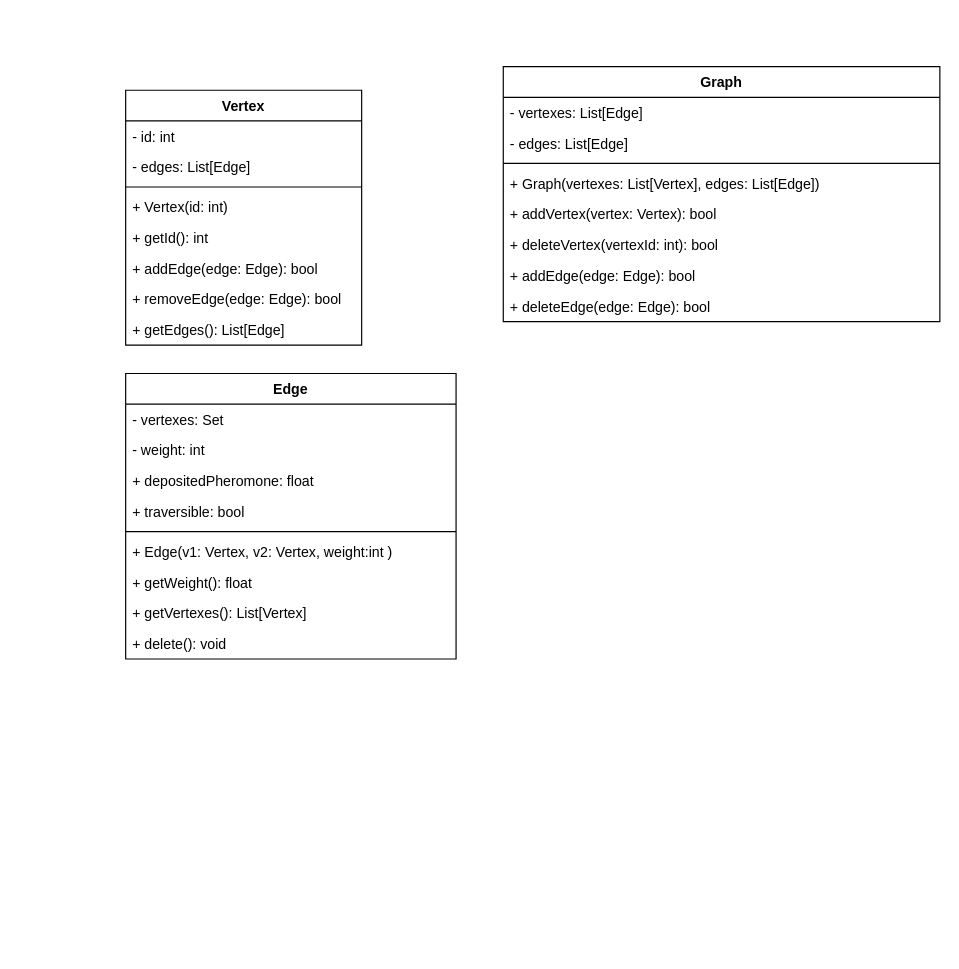
The draw.io diagram Diagrams/ClassDiagram_ACO_ShortestPath.drawio in Michael-Czekanski/ACO_ShortestPath_Documentation, before the edit. Source tidied: cells renumbered, new cells numbered last; positions are measured from the earlier drawing's top-left corner, leaving out a move shared by most shapes. Both pictures are drawn from the tidied source at 118%, with x=0, y=0 at pixel (125, 66).
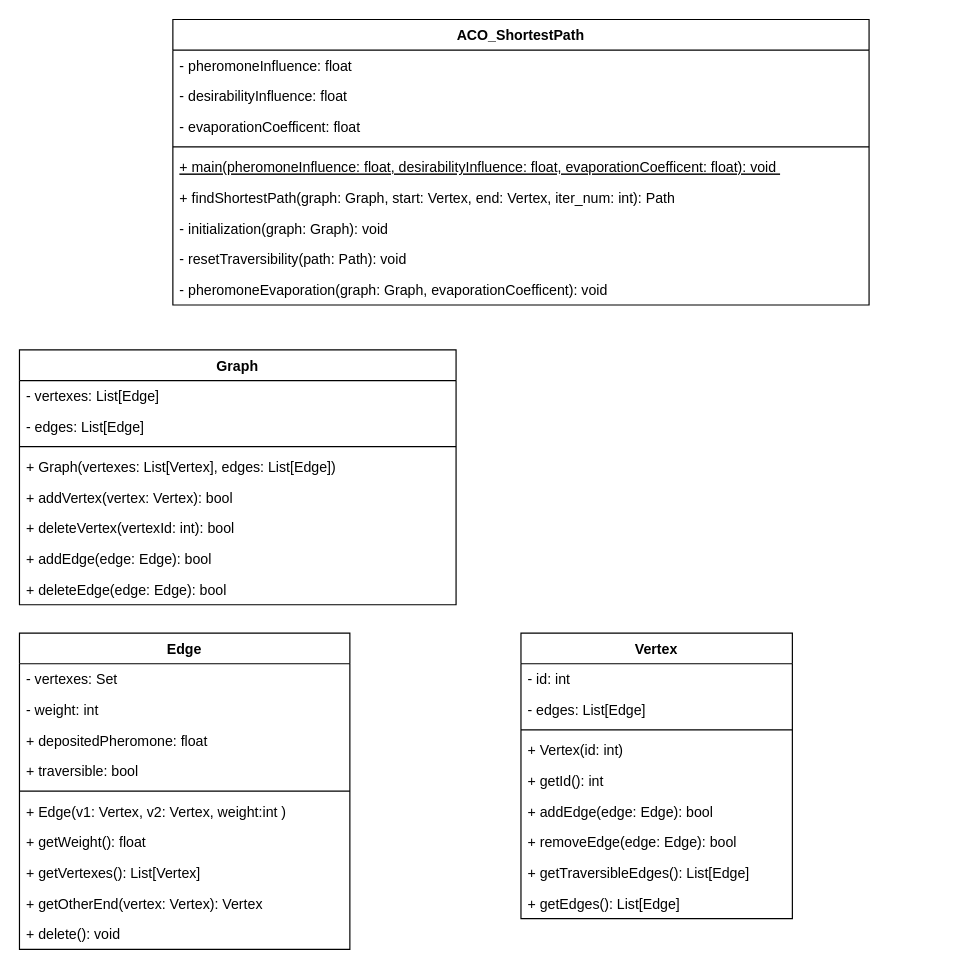
Above is the later version.

Commit message:
Add ACO_ShortestPath to class dgrm, modify existing

Diff of the diagram source:
```diff
@@
+    <mxCell id="30" value="ACO_ShortestPath" style="swimlane;fontStyle=1;align=center;verticalAlign=top;horizontal=1;startSize=26;" parent="1" vertex="1">
+      <mxGeometry x="40" y="-40" width="590" height="242" as="geometry" />
+    </mxCell>
+    <mxCell id="31" value="- pheromoneInfluence: float" style="text;strokeColor=none;fillColor=none;align=left;verticalAlign=top;spacingLeft=4;spacingRight=4;overflow=hidden;" parent="30" vertex="1">
+      <mxGeometry y="26" width="590" height="26" as="geometry" />
+    </mxCell>
+    <mxCell id="32" value="- desirabilityInfluence: float" style="text;strokeColor=none;fillColor=none;align=left;verticalAlign=top;spacingLeft=4;spacingRight=4;overflow=hidden;" parent="30" vertex="1">
+      <mxGeometry y="52" width="590" height="26" as="geometry" />
+    </mxCell>
+    <mxCell id="33" value="- evaporationCoefficent: float" style="text;strokeColor=none;fillColor=none;align=left;verticalAlign=top;spacingLeft=4;spacingRight=4;overflow=hidden;" parent="30" vertex="1">
+      <mxGeometry y="78" width="590" height="26" as="geometry" />
+    </mxCell>
+    <mxCell id="34" style="line;strokeWidth=1;fillColor=none;align=left;verticalAlign=middle;spacingTop=-1;spacingLeft=3;spacingRight=3;labelPosition=right;" parent="30" vertex="1">
+      <mxGeometry y="104" width="590" height="8" as="geometry" />
+    </mxCell>
+    <mxCell id="35" value="+ main(pheromoneInfluence: float, desirabilityInfluence: float, evaporationCoefficent: float): void " style="text;strokeColor=none;fillColor=none;align=left;verticalAlign=top;spacingLeft=4;spacingRight=4;overflow=hidden;fontStyle=4;" parent="30" vertex="1">
+      <mxGeometry y="112" width="590" height="26" as="geometry" />
+    </mxCell>
+    <mxCell id="36" value="+ findShortestPath(graph: Graph, start: Vertex, end: Vertex, iter_num: int): Path" style="text;strokeColor=none;fillColor=none;align=left;verticalAlign=top;spacingLeft=4;spacingRight=4;overflow=hidden;" parent="30" vertex="1">
+      <mxGeometry y="138" width="590" height="26" as="geometry" />
+    </mxCell>
+    <mxCell id="37" value="- initialization(graph: Graph): void" style="text;strokeColor=none;fillColor=none;align=left;verticalAlign=top;spacingLeft=4;spacingRight=4;overflow=hidden;" parent="30" vertex="1">
+      <mxGeometry y="164" width="590" height="26" as="geometry" />
+    </mxCell>
+    <mxCell id="38" value="- resetTraversibility(path: Path): void" style="text;strokeColor=none;fillColor=none;align=left;verticalAlign=top;spacingLeft=4;spacingRight=4;overflow=hidden;" parent="30" vertex="1">
+      <mxGeometry y="190" width="590" height="26" as="geometry" />
+    </mxCell>
+    <mxCell id="39" value="- pheromoneEvaporation(graph: Graph, evaporationCoefficent): void" style="text;strokeColor=none;fillColor=none;align=left;verticalAlign=top;spacingLeft=4;spacingRight=4;overflow=hidden;" parent="30" vertex="1">
+      <mxGeometry y="216" width="590" height="26" as="geometry" />
+    </mxCell>
     <mxCell id="2" value="Graph" style="swimlane;fontStyle=1;align=center;verticalAlign=top;horizontal=1;startSize=26;" parent="1" vertex="1">
-      <mxGeometry x="320" width="370" height="216" as="geometry" />
+      <mxGeometry x="-90" y="240" width="370" height="216" as="geometry" />
     </mxCell>
@@
-    <mxCell id="11" value="Vertex" style="swimlane;fontStyle=1;align=center;verticalAlign=top;horizontal=1;startSize=26;" parent="1" vertex="1">
-      <mxGeometry y="20" width="200" height="216" as="geometry" />
-    </mxCell>
-    <mxCell id="12" value="- id: int" style="text;strokeColor=none;fillColor=none;align=left;verticalAlign=top;spacingLeft=4;spacingRight=4;overflow=hidden;" parent="11" vertex="1">
-      <mxGeometry y="26" width="200" height="26" as="geometry" />
-    </mxCell>
-    <mxCell id="13" value="- edges: List[Edge]" style="text;strokeColor=none;fillColor=none;align=left;verticalAlign=top;spacingLeft=4;spacingRight=4;overflow=hidden;" parent="11" vertex="1">
-      <mxGeometry y="52" width="200" height="26" as="geometry" />
-    </mxCell>
-    <mxCell id="14" style="line;strokeWidth=1;fillColor=none;align=left;verticalAlign=middle;spacingTop=-1;spacingLeft=3;spacingRight=3;labelPosition=right;" parent="11" vertex="1">
-      <mxGeometry y="78" width="200" height="8" as="geometry" />
-    </mxCell>
-    <mxCell id="15" value="+ Vertex(id: int) " style="text;strokeColor=none;fillColor=none;align=left;verticalAlign=top;spacingLeft=4;spacingRight=4;overflow=hidden;" parent="11" vertex="1">
-      <mxGeometry y="86" width="200" height="26" as="geometry" />
-    </mxCell>
-    <mxCell id="16" value="+ getId(): int" style="text;strokeColor=none;fillColor=none;align=left;verticalAlign=top;spacingLeft=4;spacingRight=4;overflow=hidden;" parent="11" vertex="1">
-      <mxGeometry y="112" width="200" height="26" as="geometry" />
-    </mxCell>
-    <mxCell id="17" value="+ addEdge(edge: Edge): bool" style="text;strokeColor=none;fillColor=none;align=left;verticalAlign=top;spacingLeft=4;spacingRight=4;overflow=hidden;" parent="11" vertex="1">
-      <mxGeometry y="138" width="200" height="26" as="geometry" />
-    </mxCell>
-    <mxCell id="18" value="+ removeEdge(edge: Edge): bool" style="text;strokeColor=none;fillColor=none;align=left;verticalAlign=top;spacingLeft=4;spacingRight=4;overflow=hidden;" parent="11" vertex="1">
-      <mxGeometry y="164" width="200" height="26" as="geometry" />
-    </mxCell>
-    <mxCell id="19" value="+ getEdges(): List[Edge]" style="text;strokeColor=none;fillColor=none;align=left;verticalAlign=top;spacingLeft=4;spacingRight=4;overflow=hidden;" parent="11" vertex="1">
-      <mxGeometry y="190" width="200" height="26" as="geometry" />
-    </mxCell>
     <mxCell id="20" value="Edge" style="swimlane;fontStyle=1;align=center;verticalAlign=top;horizontal=1;startSize=26;" parent="1" vertex="1">
-      <mxGeometry y="260" width="280" height="242" as="geometry" />
+      <mxGeometry x="-90" y="480" width="280" height="268" as="geometry" />
     </mxCell>
@@
+    <mxCell id="40" value="+ getOtherEnd(vertex: Vertex): Vertex" style="text;strokeColor=none;fillColor=none;align=left;verticalAlign=top;spacingLeft=4;spacingRight=4;overflow=hidden;" parent="20" vertex="1">
+      <mxGeometry y="216" width="280" height="26" as="geometry" />
+    </mxCell>
     <mxCell id="29" value="+ delete(): void" style="text;strokeColor=none;fillColor=none;align=left;verticalAlign=top;spacingLeft=4;spacingRight=4;overflow=hidden;" parent="20" vertex="1">
-      <mxGeometry y="216" width="280" height="26" as="geometry" />
+      <mxGeometry y="242" width="280" height="26" as="geometry" />
     </mxCell>
+    <mxCell id="11" value="Vertex" style="swimlane;fontStyle=1;align=center;verticalAlign=top;horizontal=1;startSize=26;" parent="1" vertex="1">
+      <mxGeometry x="335" y="480" width="230" height="242" as="geometry" />
+    </mxCell>
+    <mxCell id="12" value="- id: int" style="text;strokeColor=none;fillColor=none;align=left;verticalAlign=top;spacingLeft=4;spacingRight=4;overflow=hidden;" parent="11" vertex="1">
+      <mxGeometry y="26" width="230" height="26" as="geometry" />
+    </mxCell>
+    <mxCell id="13" value="- edges: List[Edge]" style="text;strokeColor=none;fillColor=none;align=left;verticalAlign=top;spacingLeft=4;spacingRight=4;overflow=hidden;" parent="11" vertex="1">
+      <mxGeometry y="52" width="230" height="26" as="geometry" />
+    </mxCell>
+    <mxCell id="14" style="line;strokeWidth=1;fillColor=none;align=left;verticalAlign=middle;spacingTop=-1;spacingLeft=3;spacingRight=3;labelPosition=right;" parent="11" vertex="1">
+      <mxGeometry y="78" width="230" height="8" as="geometry" />
+    </mxCell>
+    <mxCell id="15" value="+ Vertex(id: int) " style="text;strokeColor=none;fillColor=none;align=left;verticalAlign=top;spacingLeft=4;spacingRight=4;overflow=hidden;" parent="11" vertex="1">
+      <mxGeometry y="86" width="230" height="26" as="geometry" />
+    </mxCell>
+    <mxCell id="16" value="+ getId(): int" style="text;strokeColor=none;fillColor=none;align=left;verticalAlign=top;spacingLeft=4;spacingRight=4;overflow=hidden;" parent="11" vertex="1">
+      <mxGeometry y="112" width="230" height="26" as="geometry" />
+    </mxCell>
+    <mxCell id="17" value="+ addEdge(edge: Edge): bool" style="text;strokeColor=none;fillColor=none;align=left;verticalAlign=top;spacingLeft=4;spacingRight=4;overflow=hidden;" parent="11" vertex="1">
+      <mxGeometry y="138" width="230" height="26" as="geometry" />
+    </mxCell>
+    <mxCell id="18" value="+ removeEdge(edge: Edge): bool" style="text;strokeColor=none;fillColor=none;align=left;verticalAlign=top;spacingLeft=4;spacingRight=4;overflow=hidden;" parent="11" vertex="1">
+      <mxGeometry y="164" width="230" height="26" as="geometry" />
+    </mxCell>
+    <mxCell id="41" value="+ getTraversibleEdges(): List[Edge]" style="text;strokeColor=none;fillColor=none;align=left;verticalAlign=top;spacingLeft=4;spacingRight=4;overflow=hidden;" parent="11" vertex="1">
+      <mxGeometry y="190" width="230" height="26" as="geometry" />
+    </mxCell>
+    <mxCell id="19" value="+ getEdges(): List[Edge]" style="text;strokeColor=none;fillColor=none;align=left;verticalAlign=top;spacingLeft=4;spacingRight=4;overflow=hidden;" parent="11" vertex="1">
+      <mxGeometry y="216" width="230" height="26" as="geometry" />
+    </mxCell>
```
